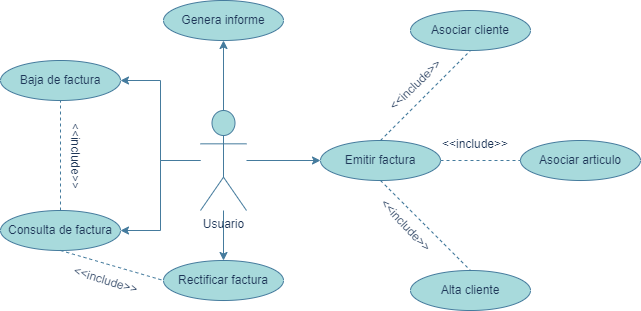
Before: src/Diagramas de casos de uso/Requerimiento1/Grupo/Pablo/Diagrama sin título.drawio.png, a diagram exported from draw.io (palolo25/AD-3.-Tarea-en-equipo.-UML). Source tidied: cells renumbered, new cells last; positions are measured from the earlier drawing's top-left corner, leaving out a move shared by most shapes.
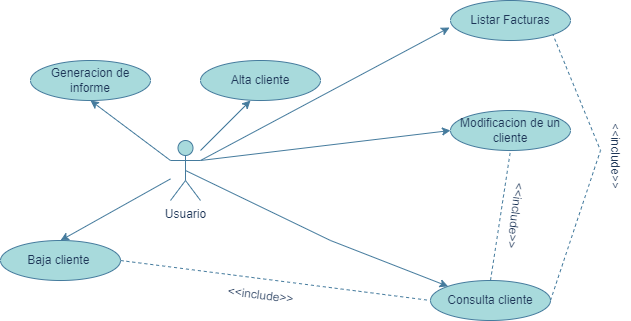
After the commit.

Change to the diagram source:
```diff
@@ -2,77 +2,75 @@
   <root>
     <mxCell id="0" />
     <mxCell id="1" parent="0" />
-    <mxCell id="2" style="edgeStyle=orthogonalEdgeStyle;rounded=0;jettySize=auto;html=1;entryX=1;entryY=0.5;entryDx=0;entryDy=0;labelBackgroundColor=none;strokeColor=#457B9D;fontColor=default;" parent="1" edge="1" source="7" target="13">
-      <mxGeometry relative="1" as="geometry" />
-    </mxCell>
-    <mxCell id="3" style="edgeStyle=orthogonalEdgeStyle;rounded=0;jettySize=auto;html=1;entryX=1;entryY=0.5;entryDx=0;entryDy=0;labelBackgroundColor=none;strokeColor=#457B9D;fontColor=default;" parent="1" edge="1" source="7" target="8">
-      <mxGeometry relative="1" as="geometry" />
-    </mxCell>
-    <mxCell id="4" style="edgeStyle=orthogonalEdgeStyle;rounded=0;jettySize=auto;html=1;entryX=0.5;entryY=0;entryDx=0;entryDy=0;labelBackgroundColor=none;strokeColor=#457B9D;fontColor=default;" parent="1" edge="1" source="7" target="14">
-      <mxGeometry relative="1" as="geometry" />
-    </mxCell>
-    <mxCell id="5" style="edgeStyle=orthogonalEdgeStyle;rounded=0;jettySize=auto;html=1;entryX=0.5;entryY=1;entryDx=0;entryDy=0;labelBackgroundColor=none;strokeColor=#457B9D;fontColor=default;" parent="1" edge="1" source="7" target="9">
-      <mxGeometry relative="1" as="geometry" />
-    </mxCell>
-    <mxCell id="6" style="edgeStyle=orthogonalEdgeStyle;rounded=0;jettySize=auto;html=1;labelBackgroundColor=none;strokeColor=#457B9D;fontColor=default;" parent="1" edge="1" source="7" target="12">
-      <mxGeometry relative="1" as="geometry" />
-    </mxCell>
-    <mxCell id="7" value="Usuario" style="shape=umlActor;verticalLabelPosition=bottom;verticalAlign=top;html=1;outlineConnect=0;labelBackgroundColor=none;fillColor=#A8DADC;strokeColor=#457B9D;fontColor=#1D3557;" parent="1" vertex="1">
-      <mxGeometry x="200" y="110" width="46" height="100" as="geometry" />
+    <mxCell id="7" value="Usuario&lt;br&gt;" style="shape=umlActor;verticalLabelPosition=bottom;verticalAlign=top;html=1;outlineConnect=0;labelBackgroundColor=none;fillColor=#A8DADC;strokeColor=#457B9D;fontColor=#1D3557;" parent="1" vertex="1">
+      <mxGeometry x="170" y="-130" width="30" height="60" as="geometry" />
     </mxCell>
-    <mxCell id="8" value="Baja de factura" style="ellipse;whiteSpace=wrap;html=1;labelBackgroundColor=none;fillColor=#A8DADC;strokeColor=#457B9D;fontColor=#1D3557;" parent="1" vertex="1">
-      <mxGeometry y="60" width="120" height="40" as="geometry" />
-    </mxCell>
-    <mxCell id="9" value="Genera informe" style="ellipse;whiteSpace=wrap;html=1;labelBackgroundColor=none;fillColor=#A8DADC;strokeColor=#457B9D;fontColor=#1D3557;" parent="1" vertex="1">
-      <mxGeometry x="163" width="120" height="40" as="geometry" />
-    </mxCell>
-    <mxCell id="10" value="Asociar articulo" style="ellipse;whiteSpace=wrap;html=1;labelBackgroundColor=none;fillColor=#A8DADC;strokeColor=#457B9D;fontColor=#1D3557;" parent="1" vertex="1">
-      <mxGeometry x="520" y="140" width="120" height="40" as="geometry" />
-    </mxCell>
-    <mxCell id="11" value="Asociar cliente" style="ellipse;whiteSpace=wrap;html=1;labelBackgroundColor=none;fillColor=#A8DADC;strokeColor=#457B9D;fontColor=#1D3557;" parent="1" vertex="1">
-      <mxGeometry x="410" y="10" width="120" height="40" as="geometry" />
-    </mxCell>
-    <mxCell id="12" value="Emitir factura" style="ellipse;whiteSpace=wrap;html=1;labelBackgroundColor=none;fillColor=#A8DADC;strokeColor=#457B9D;fontColor=#1D3557;" parent="1" vertex="1">
-      <mxGeometry x="320" y="140" width="120" height="40" as="geometry" />
-    </mxCell>
-    <mxCell id="13" value="Consulta de factura" style="ellipse;whiteSpace=wrap;html=1;labelBackgroundColor=none;fillColor=#A8DADC;strokeColor=#457B9D;fontColor=#1D3557;" parent="1" vertex="1">
-      <mxGeometry y="210" width="120" height="40" as="geometry" />
-    </mxCell>
-    <mxCell id="14" value="Rectificar factura" style="ellipse;whiteSpace=wrap;html=1;labelBackgroundColor=none;fillColor=#A8DADC;strokeColor=#457B9D;fontColor=#1D3557;" parent="1" vertex="1">
-      <mxGeometry x="163" y="260" width="120" height="40" as="geometry" />
-    </mxCell>
     <mxCell id="15" value="Alta cliente" style="ellipse;whiteSpace=wrap;html=1;labelBackgroundColor=none;fillColor=#A8DADC;strokeColor=#457B9D;fontColor=#1D3557;" parent="1" vertex="1">
-      <mxGeometry x="410" y="270" width="120" height="40" as="geometry" />
+      <mxGeometry x="200" y="-210" width="120" height="40" as="geometry" />
     </mxCell>
-    <mxCell id="16" style="endArrow=none;dashed=1;html=1;rounded=0;entryX=0.5;entryY=1;entryDx=0;entryDy=0;exitX=0.5;exitY=0;exitDx=0;exitDy=0;labelBackgroundColor=none;strokeColor=#457B9D;fontColor=default;" parent="1" edge="1" source="13" target="8">
-      <mxGeometry relative="1" as="geometry" />
-    </mxCell>
+    <mxCell id="26" value="Consulta cliente" style="ellipse;whiteSpace=wrap;html=1;labelBackgroundColor=none;fillColor=#A8DADC;strokeColor=#457B9D;fontColor=#1D3557;" parent="1" vertex="1">
+      <mxGeometry x="430" y="10" width="120" height="40" as="geometry" />
+    </mxCell>
+    <mxCell id="27" value="Generacion de informe" style="ellipse;whiteSpace=wrap;html=1;labelBackgroundColor=none;fillColor=#A8DADC;strokeColor=#457B9D;fontColor=#1D3557;" parent="1" vertex="1">
+      <mxGeometry x="30" y="-210" width="120" height="40" as="geometry" />
+    </mxCell>
+    <mxCell id="28" value="Baja cliente&amp;nbsp;" style="ellipse;whiteSpace=wrap;html=1;labelBackgroundColor=none;fillColor=#A8DADC;strokeColor=#457B9D;fontColor=#1D3557;" parent="1" vertex="1">
+      <mxGeometry y="-30" width="120" height="40" as="geometry" />
+    </mxCell>
+    <mxCell id="29" value="Listar Facturas" style="ellipse;whiteSpace=wrap;html=1;labelBackgroundColor=none;fillColor=#A8DADC;strokeColor=#457B9D;fontColor=#1D3557;" parent="1" vertex="1">
+      <mxGeometry x="450" y="-270" width="120" height="40" as="geometry" />
+    </mxCell>
+    <mxCell id="30" value="Modificacion de un&lt;br&gt;cliente" style="ellipse;whiteSpace=wrap;html=1;labelBackgroundColor=none;fillColor=#A8DADC;strokeColor=#457B9D;fontColor=#1D3557;" parent="1" vertex="1">
+      <mxGeometry x="450" y="-160" width="120" height="40" as="geometry" />
+    </mxCell>
+    <mxCell id="31" style="endArrow=none;dashed=1;html=1;rounded=0;exitX=1;exitY=0.5;exitDx=0;exitDy=0;entryX=0;entryY=0.5;entryDx=0;entryDy=0;labelBackgroundColor=none;strokeColor=#457B9D;fontColor=default;" parent="1" edge="1" source="28" target="26">
+      <mxGeometry relative="1" as="geometry" />
+    </mxCell>
+    <mxCell id="32" value="&amp;lt;&amp;lt;include&amp;gt;&amp;gt;" style="text;html=1;align=center;verticalAlign=middle;rotation=7;labelBackgroundColor=none;fontColor=#1D3557;" parent="1" vertex="1">
+      <mxGeometry x="215" y="10" width="90" height="30" as="geometry" />
+    </mxCell>
+    <mxCell id="33" style="endArrow=classic;html=1;rounded=0;exitX=0.5;exitY=0.5;exitDx=0;exitDy=0;exitPerimeter=0;entryX=0;entryY=0;entryDx=0;entryDy=0;labelBackgroundColor=none;strokeColor=#457B9D;fontColor=default;" parent="1" edge="1" source="7" target="26">
+      <mxGeometry relative="1" as="geometry">
+        <Array as="points">
+          <mxPoint x="330" y="-30" />
+        </Array>
+      </mxGeometry>
+    </mxCell>
+    <mxCell id="34" style="endArrow=classic;html=1;rounded=0;entryX=0.5;entryY=1;entryDx=0;entryDy=0;exitX=0;exitY=0.3333333333333333;exitDx=0;exitDy=0;exitPerimeter=0;labelBackgroundColor=none;strokeColor=#457B9D;fontColor=default;" parent="1" edge="1" source="7" target="27">
+      <mxGeometry relative="1" as="geometry" />
+    </mxCell>
+    <mxCell id="35" style="endArrow=classic;html=1;rounded=0;entryX=0.5;entryY=0;entryDx=0;entryDy=0;labelBackgroundColor=none;strokeColor=#457B9D;fontColor=default;" parent="1" edge="1" source="7" target="28">
+      <mxGeometry relative="1" as="geometry" />
+    </mxCell>
+    <mxCell id="36" style="endArrow=classic;html=1;rounded=0;labelBackgroundColor=none;strokeColor=#457B9D;fontColor=default;" parent="1" edge="1">
+      <mxGeometry relative="1" as="geometry">
+        <mxPoint x="200" y="-120" as="sourcePoint" />
+        <mxPoint x="250" y="-170" as="targetPoint" />
+      </mxGeometry>
+    </mxCell>
+    <mxCell id="37" style="endArrow=classic;html=1;rounded=0;entryX=-0.008;entryY=0.675;entryDx=0;entryDy=0;entryPerimeter=0;exitX=1;exitY=0.3333333333333333;exitDx=0;exitDy=0;exitPerimeter=0;labelBackgroundColor=none;strokeColor=#457B9D;fontColor=default;" parent="1" edge="1" source="7" target="29">
+      <mxGeometry relative="1" as="geometry" />
+    </mxCell>
+    <mxCell id="38" style="endArrow=classic;html=1;rounded=0;entryX=0;entryY=0.5;entryDx=0;entryDy=0;labelBackgroundColor=none;strokeColor=#457B9D;fontColor=default;" parent="1" edge="1" target="30">
+      <mxGeometry relative="1" as="geometry">
+        <mxPoint x="200" y="-110" as="sourcePoint" />
+      </mxGeometry>
+    </mxCell>
+    <mxCell id="39" style="endArrow=none;dashed=1;html=1;rounded=0;entryX=0.5;entryY=1;entryDx=0;entryDy=0;exitX=0.5;exitY=0;exitDx=0;exitDy=0;labelBackgroundColor=none;strokeColor=#457B9D;fontColor=default;" parent="1" edge="1" source="26" target="30">
+      <mxGeometry relative="1" as="geometry" />
+    </mxCell>
+    <mxCell id="40" value="&amp;lt;&amp;lt;include&amp;gt;&amp;gt;" style="text;html=1;align=center;verticalAlign=middle;rotation=97;labelBackgroundColor=none;fontColor=#1D3557;" parent="1" vertex="1">
+      <mxGeometry x="470" y="-70" width="90" height="30" as="geometry" />
+    </mxCell>
+    <mxCell id="41" style="endArrow=none;dashed=1;html=1;rounded=0;entryX=1;entryY=1;entryDx=0;entryDy=0;exitX=1;exitY=0.5;exitDx=0;exitDy=0;labelBackgroundColor=none;strokeColor=#457B9D;fontColor=default;" parent="1" edge="1" source="26" target="29">
+      <mxGeometry relative="1" as="geometry">
+        <Array as="points">
+          <mxPoint x="600" y="-120" />
+        </Array>
+      </mxGeometry>
+    </mxCell>
     <mxCell id="17" value="&amp;lt;&amp;lt;include&amp;gt;&amp;gt;" style="text;html=1;align=center;verticalAlign=middle;rotation=90;labelBackgroundColor=none;fontColor=#1D3557;" parent="1" vertex="1">
-      <mxGeometry x="30" y="140" width="90" height="30" as="geometry" />
+      <mxGeometry x="570" y="-130" width="90" height="30" as="geometry" />
     </mxCell>
-    <mxCell id="18" style="endArrow=none;dashed=1;html=1;rounded=0;entryX=0;entryY=0.5;entryDx=0;entryDy=0;exitX=0.5;exitY=1;exitDx=0;exitDy=0;labelBackgroundColor=none;strokeColor=#457B9D;fontColor=default;" parent="1" edge="1" source="13" target="14">
-      <mxGeometry relative="1" as="geometry" />
-    </mxCell>
-    <mxCell id="19" value="&amp;lt;&amp;lt;include&amp;gt;&amp;gt;" style="text;html=1;align=center;verticalAlign=middle;rotation=17;labelBackgroundColor=none;fontColor=#1D3557;" parent="1" vertex="1">
-      <mxGeometry x="60" y="265" width="90" height="30" as="geometry" />
-    </mxCell>
-    <mxCell id="20" style="endArrow=none;dashed=1;html=1;rounded=0;entryX=0.5;entryY=1;entryDx=0;entryDy=0;exitX=0.5;exitY=0;exitDx=0;exitDy=0;labelBackgroundColor=none;strokeColor=#457B9D;fontColor=default;" parent="1" edge="1" source="12" target="11">
-      <mxGeometry relative="1" as="geometry" />
-    </mxCell>
-    <mxCell id="21" style="endArrow=none;dashed=1;html=1;rounded=0;entryX=0;entryY=0.5;entryDx=0;entryDy=0;exitX=1;exitY=0.5;exitDx=0;exitDy=0;labelBackgroundColor=none;strokeColor=#457B9D;fontColor=default;" parent="1" edge="1" source="12" target="10">
-      <mxGeometry relative="1" as="geometry" />
-    </mxCell>
-    <mxCell id="22" style="endArrow=none;dashed=1;html=1;rounded=0;entryX=0.5;entryY=0;entryDx=0;entryDy=0;exitX=0.5;exitY=1;exitDx=0;exitDy=0;labelBackgroundColor=none;strokeColor=#457B9D;fontColor=default;" parent="1" edge="1" source="12" target="15">
-      <mxGeometry relative="1" as="geometry" />
-    </mxCell>
-    <mxCell id="23" value="&amp;lt;&amp;lt;include&amp;gt;&amp;gt;" style="text;html=1;align=center;verticalAlign=middle;rotation=-44;labelBackgroundColor=none;fontColor=#1D3557;" parent="1" vertex="1">
-      <mxGeometry x="370" y="70" width="90" height="30" as="geometry" />
-    </mxCell>
-    <mxCell id="24" value="&amp;lt;&amp;lt;include&amp;gt;&amp;gt;" style="text;html=1;align=center;verticalAlign=middle;rotation=47;labelBackgroundColor=none;fontColor=#1D3557;" parent="1" vertex="1">
-      <mxGeometry x="360" y="210" width="90" height="30" as="geometry" />
-    </mxCell>
-    <mxCell id="25" value="&amp;lt;&amp;lt;include&amp;gt;&amp;gt;" style="text;whiteSpace=wrap;html=1;labelBackgroundColor=none;fontColor=#1D3557;" parent="1" vertex="1">
-      <mxGeometry x="440" y="130" width="100" height="40" as="geometry" />
-    </mxCell>
   </root>
 </mxGraphModel>
```
